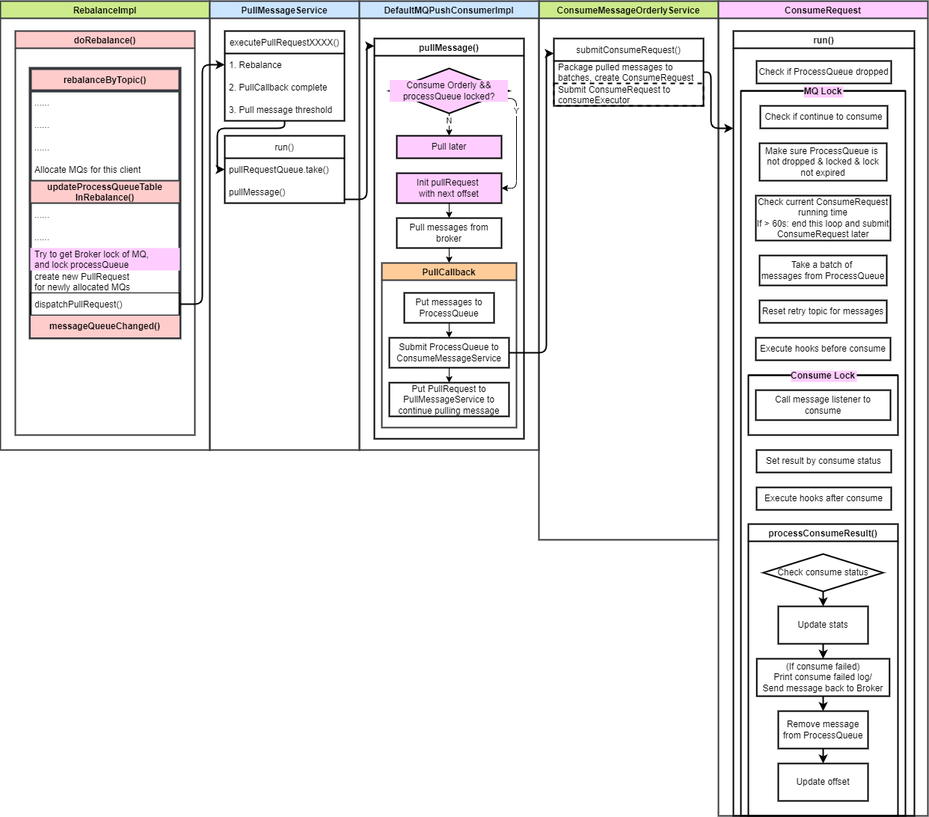
Above: assets/rocketmq-consume-message/rocketmq-consumer-message-consume-orderly-process.drawio.png in HScarb/knowledge (draw.io), before the change. Source tidied: cells renumbered, new cells last; positions are measured from the earlier drawing's top-left corner, leaving out a move shared by most shapes.
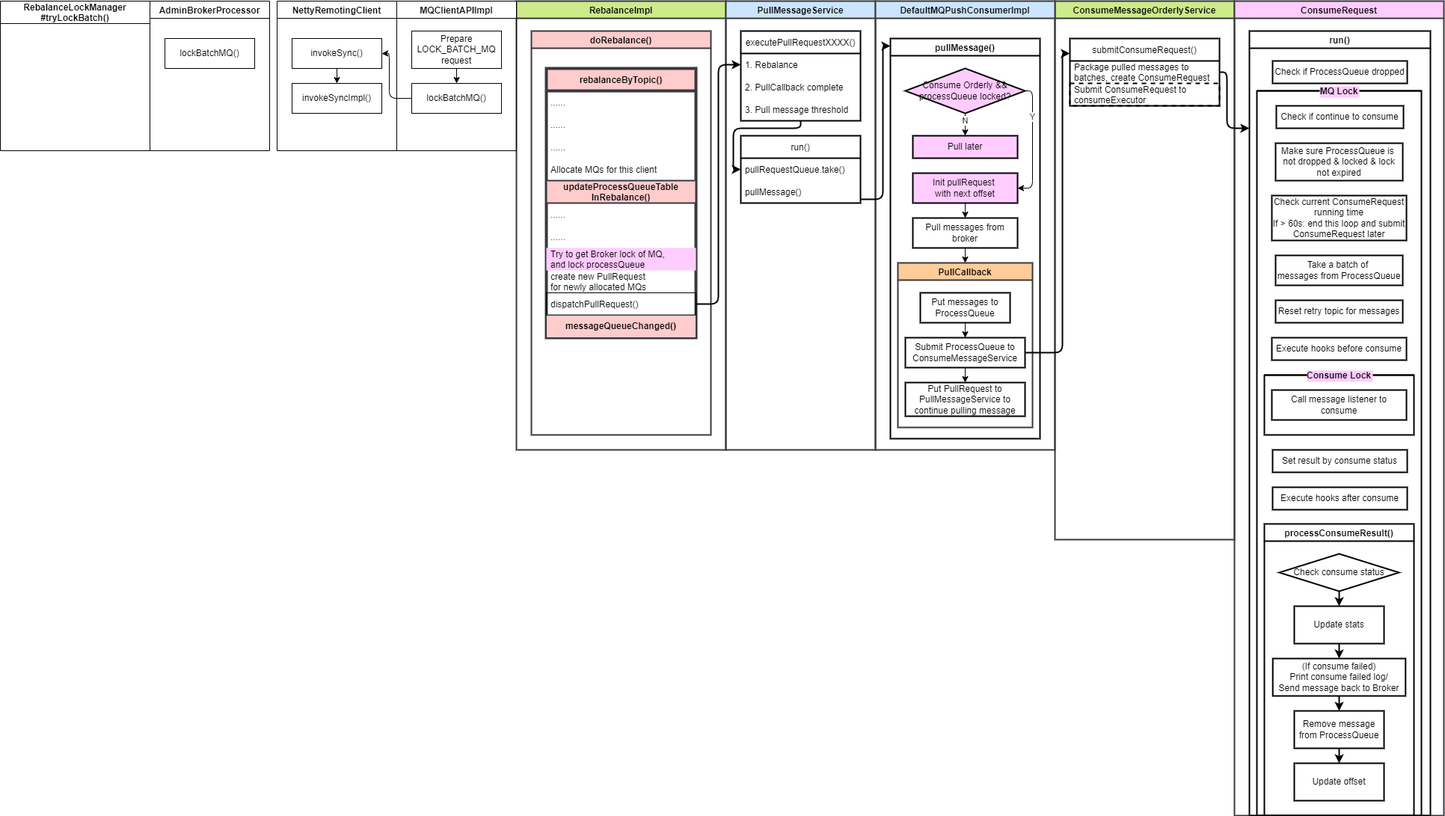
Above is the later version.

Commit message:
Update consume orderly

Diff of the diagram source:
```diff
@@ -162,7 +162,7 @@
     <mxCell id="52" style="edgeStyle=orthogonalEdgeStyle;html=1;strokeWidth=1;" parent="47" edge="1" source="54" target="49">
       <mxGeometry relative="1" as="geometry">
         <Array as="points">
-          <mxPoint x="190" y="80" />
+          <mxPoint x="190" y="70" />
           <mxPoint x="190" y="200" />
         </Array>
       </mxGeometry>
@@ -172,7 +172,7 @@
         <mxPoint y="-36" as="offset" />
       </mxGeometry>
     </mxCell>
-    <mxCell id="54" value="Consume Orderly &amp;amp;&amp;amp; processQueue locked?" style="rhombus;whiteSpace=wrap;html=1;strokeWidth=2;fillColor=#FFCCFF;labelBackgroundColor=#FFCCFF;" parent="47" vertex="1">
+    <mxCell id="54" value="Consume Orderly &amp;amp;&amp;amp; processQueue locked?" style="rhombus;whiteSpace=wrap;html=1;strokeWidth=2;fillColor=#FFCCFF;labelBackgroundColor=none;" parent="47" vertex="1">
       <mxGeometry x="20" y="40" width="160" height="60" as="geometry" />
     </mxCell>
     <mxCell id="55" value="Pull later" style="rounded=0;whiteSpace=wrap;html=1;strokeWidth=2;fillColor=#FFCCFF;" parent="47" vertex="1">
@@ -251,5 +251,46 @@
         </Array>
       </mxGeometry>
     </mxCell>
+    <mxCell id="75" value="MQClientAPIImpl" style="swimlane;labelBackgroundColor=none;" parent="1" vertex="1">
+      <mxGeometry x="-160" width="160" height="200" as="geometry" />
+    </mxCell>
+    <mxCell id="76" value="lockBatchMQ()" style="rounded=0;whiteSpace=wrap;html=1;labelBackgroundColor=none;" parent="75" vertex="1">
+      <mxGeometry x="20" y="110" width="120" height="40" as="geometry" />
+    </mxCell>
+    <mxCell id="77" style="edgeStyle=none;html=1;" parent="75" edge="1" source="78" target="76">
+      <mxGeometry relative="1" as="geometry" />
+    </mxCell>
+    <mxCell id="78" value="Prepare LOCK_BATCH_MQ&lt;br&gt;request" style="rounded=0;whiteSpace=wrap;html=1;labelBackgroundColor=none;" parent="75" vertex="1">
+      <mxGeometry x="20" y="40" width="120" height="50" as="geometry" />
+    </mxCell>
+    <mxCell id="79" value="NettyRemotingClient" style="swimlane;labelBackgroundColor=none;" parent="1" vertex="1">
+      <mxGeometry x="-320" width="160" height="200" as="geometry" />
+    </mxCell>
+    <mxCell id="80" style="edgeStyle=orthogonalEdgeStyle;html=1;" parent="79" edge="1" source="81" target="82">
+      <mxGeometry relative="1" as="geometry" />
+    </mxCell>
+    <mxCell id="81" value="invokeSync()" style="rounded=0;whiteSpace=wrap;html=1;labelBackgroundColor=none;" parent="79" vertex="1">
+      <mxGeometry x="20" y="50" width="120" height="40" as="geometry" />
+    </mxCell>
+    <mxCell id="82" value="invokeSyncImpl()" style="rounded=0;whiteSpace=wrap;html=1;labelBackgroundColor=none;" parent="79" vertex="1">
+      <mxGeometry x="20" y="110" width="120" height="40" as="geometry" />
+    </mxCell>
+    <mxCell id="83" style="edgeStyle=orthogonalEdgeStyle;html=1;" parent="1" edge="1" source="76" target="81">
+      <mxGeometry relative="1" as="geometry">
+        <Array as="points">
+          <mxPoint x="-170" y="130" />
+          <mxPoint x="-170" y="70" />
+        </Array>
+      </mxGeometry>
+    </mxCell>
+    <mxCell id="84" value="AdminBrokerProcessor" style="swimlane;labelBackgroundColor=none;" parent="1" vertex="1">
+      <mxGeometry x="-490" width="160" height="200" as="geometry" />
+    </mxCell>
+    <mxCell id="85" value="lockBatchMQ()" style="rounded=0;whiteSpace=wrap;html=1;labelBackgroundColor=none;" parent="84" vertex="1">
+      <mxGeometry x="20" y="50" width="120" height="40" as="geometry" />
+    </mxCell>
+    <mxCell id="86" value="RebalanceLockManager&#10;#tryLockBatch()" style="swimlane;labelBackgroundColor=none;startSize=30;" parent="1" vertex="1">
+      <mxGeometry x="-690" width="200" height="200" as="geometry" />
+    </mxCell>
   </root>
 </mxGraphModel>
```
